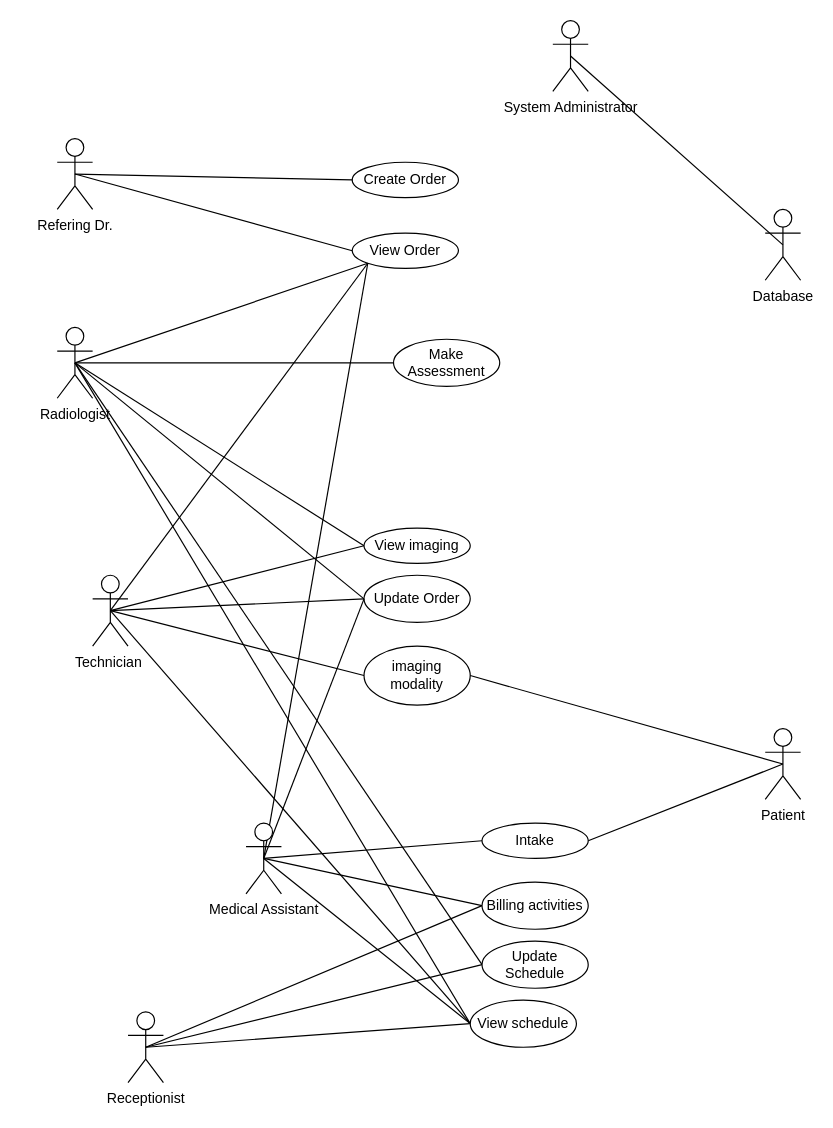
The draw.io diagram dev/Use_Case.drawio in ajfurey/illustris, before the edit. Source tidied: cells renumbered, new cells numbered last; positions are measured from the earlier drawing's top-left corner, leaving out a move shared by most shapes. Both pictures are drawn from the tidied source at 118%, with x=0, y=0 at pixel (57, 20).
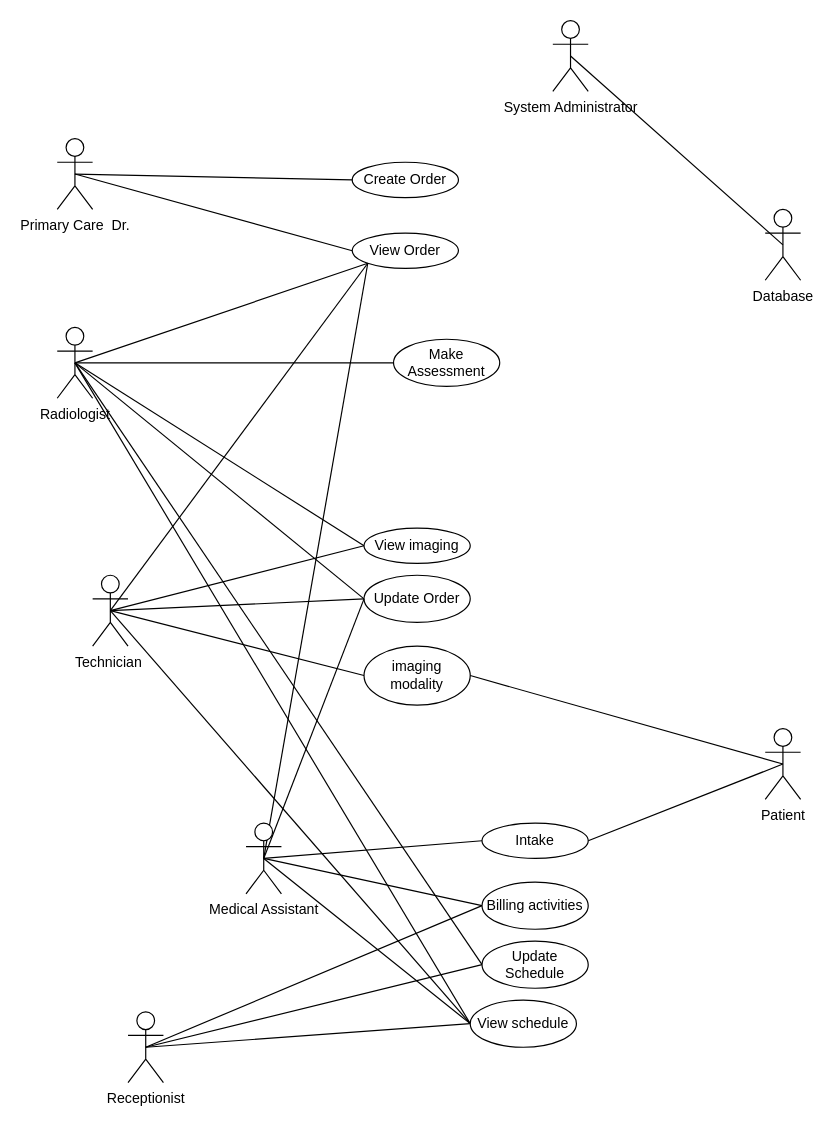
After the change.

The edit, as a diff of the source:
```diff
@@
-    <mxCell id="4" value="Refering Dr." style="shape=umlActor;verticalLabelPosition=bottom;verticalAlign=top;html=1;outlineConnect=0;" parent="1" vertex="1">
+    <mxCell id="4" value="Primary Care&amp;nbsp; Dr." style="shape=umlActor;verticalLabelPosition=bottom;verticalAlign=top;html=1;outlineConnect=0;" parent="1" vertex="1">
       <mxGeometry y="100" width="30" height="60" as="geometry" />
     </mxCell>
```
